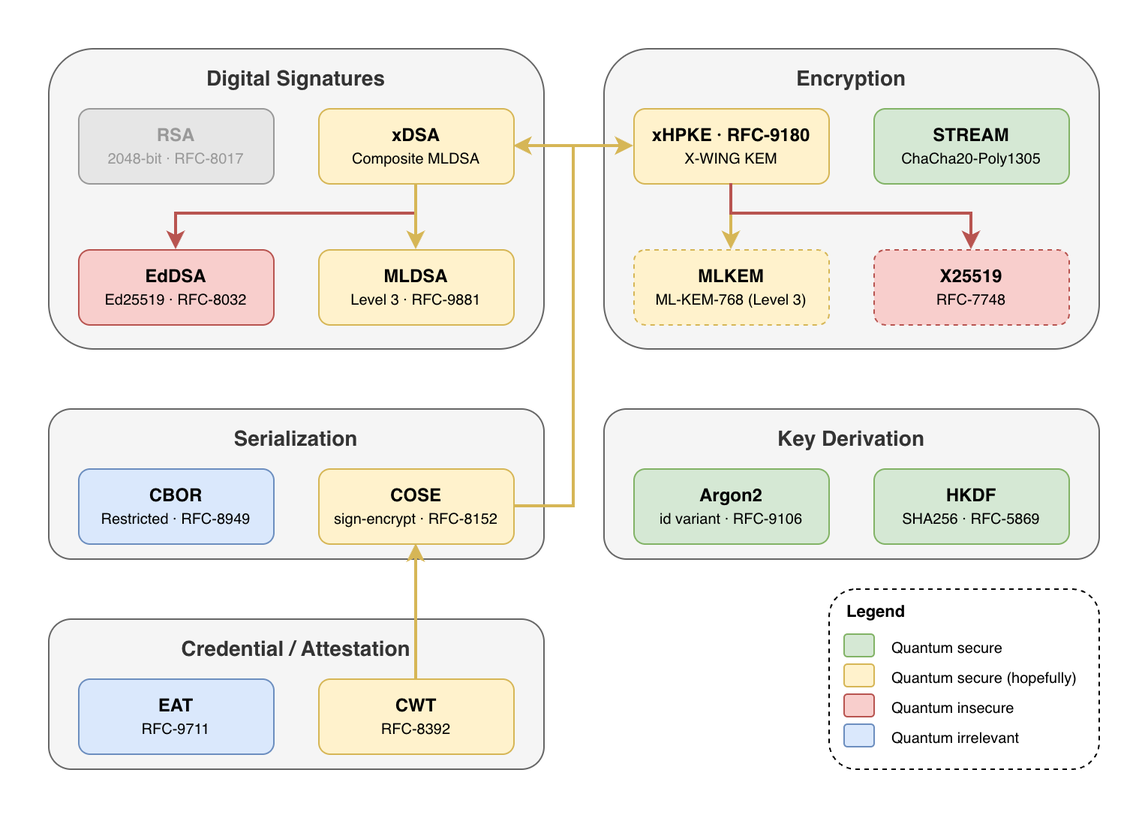
Before: docs/overview.png, a diagram exported from draw.io (dark-bio/crypto-ts). Source tidied: cells renumbered, new cells last; positions are measured from the earlier drawing's top-left corner, leaving out a move shared by most shapes.
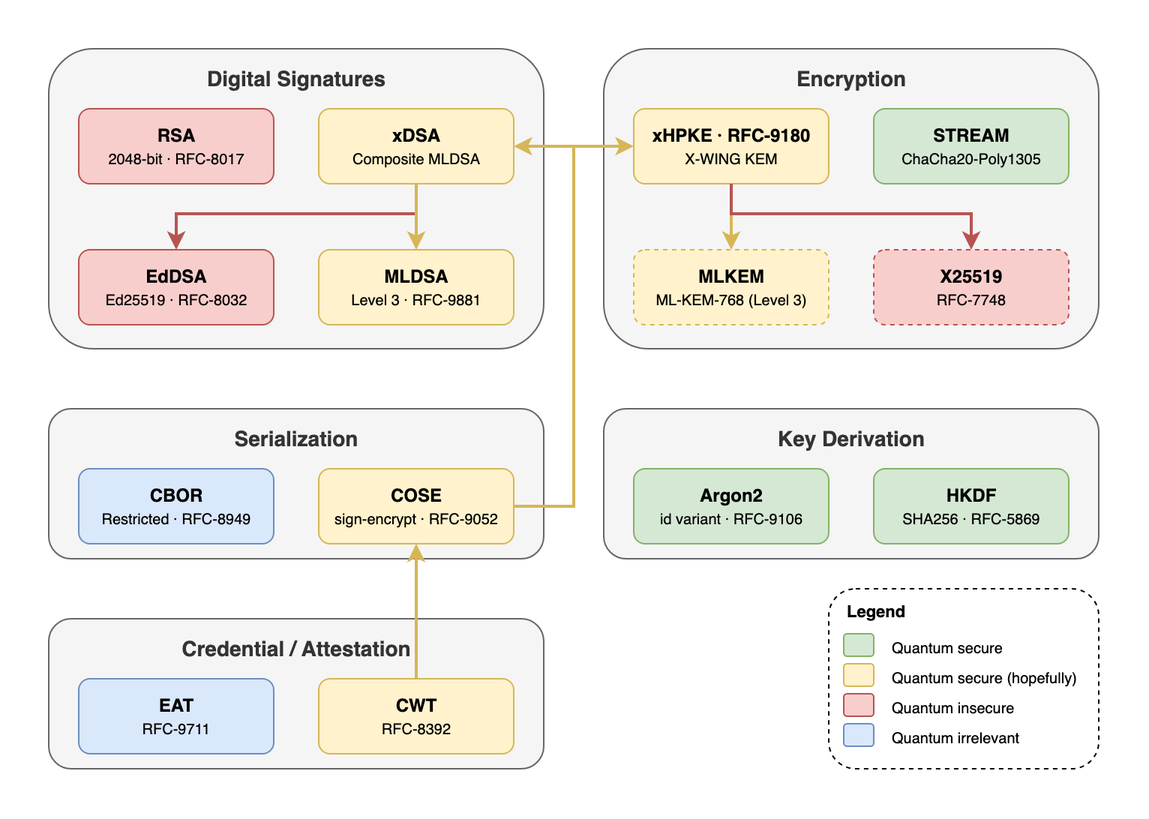
Above is the later version.

Diff of the diagram source:
```diff
@@ -14,7 +14,7 @@
     <mxCell id="5" value="&lt;b&gt;MLDSA&lt;/b&gt;&lt;br&gt;&lt;font style=&quot;font-size: 10px;&quot;&gt;Level 3 · RFC-&lt;/font&gt;&lt;span style=&quot;font-size: 10px;&quot;&gt;9881&lt;/span&gt;" style="rounded=1;whiteSpace=wrap;html=1;fillColor=#fff2cc;strokeColor=#d6b656;shadow=0;" parent="1" vertex="1">
       <mxGeometry x="180" y="134" width="130" height="50" as="geometry" />
     </mxCell>
-    <mxCell id="6" value="&lt;b&gt;RSA&lt;/b&gt;&lt;br&gt;&lt;font style=&quot;font-size:10px&quot;&gt;2048-bit · RFC-8017&lt;/font&gt;" style="rounded=1;whiteSpace=wrap;html=1;fillColor=#E6E6E6;strokeColor=#999999;shadow=0;fontColor=#999999;" parent="1" vertex="1">
+    <mxCell id="6" value="&lt;b&gt;RSA&lt;/b&gt;&lt;br&gt;&lt;font style=&quot;font-size:10px&quot;&gt;2048-bit · RFC-8017&lt;/font&gt;" style="rounded=1;whiteSpace=wrap;html=1;fillColor=#f8cecc;strokeColor=#b85450;shadow=0;" parent="1" vertex="1">
       <mxGeometry x="20" y="40" width="130" height="50" as="geometry" />
     </mxCell>
     <mxCell id="7" value="Encryption" style="rounded=1;whiteSpace=wrap;html=1;fillColor=#f5f5f5;strokeColor=#666666;verticalAlign=top;fontStyle=1;fontSize=14;spacingTop=5;shadow=0;fontColor=#333333;" parent="1" vertex="1">
@@ -104,27 +104,27 @@
     <mxCell id="30" value="&lt;b&gt;HKDF&lt;/b&gt;&lt;br&gt;&lt;span style=&quot;font-size: 10px;&quot;&gt;SHA256&lt;/span&gt;&lt;span style=&quot;font-size: 10px;&quot;&gt;&amp;nbsp;·&amp;nbsp;&lt;/span&gt;&lt;span style=&quot;font-size: 10px;&quot;&gt;RFC-5869&lt;/span&gt;" style="rounded=1;whiteSpace=wrap;html=1;fillColor=#d5e8d4;strokeColor=#82b366;shadow=0;" parent="1" vertex="1">
       <mxGeometry x="550" y="280" width="130" height="50" as="geometry" />
     </mxCell>
-    <mxCell id="31" value="&lt;b&gt;COSE&lt;/b&gt;&lt;br&gt;&lt;font style=&quot;font-size:10px&quot;&gt;sign-encrypt · RFC-&lt;/font&gt;&lt;span style=&quot;font-size: 10px;&quot;&gt;8152&lt;/span&gt;" style="rounded=1;whiteSpace=wrap;html=1;fillColor=#fff2cc;strokeColor=#d6b656;shadow=0;" parent="1" vertex="1">
-      <mxGeometry x="180" y="280" width="130" height="50" as="geometry" />
-    </mxCell>
-    <mxCell id="32" style="edgeStyle=orthogonalEdgeStyle;rounded=0;jettySize=auto;html=1;strokeColor=#d6b656;strokeWidth=2;endArrow=classic;shadow=0;fillColor=#fff2cc;entryX=1;entryY=0.5;entryDx=0;entryDy=0;" parent="1" edge="1" target="3">
-      <mxGeometry relative="1" as="geometry">
-        <mxPoint x="310" y="305" as="sourcePoint" />
-        <Array as="points">
-          <mxPoint x="350" y="305" />
-          <mxPoint x="350" y="65" />
-        </Array>
-      </mxGeometry>
-    </mxCell>
-    <mxCell id="33" style="edgeStyle=orthogonalEdgeStyle;rounded=0;jettySize=auto;html=1;strokeColor=#d6b656;strokeWidth=2;endArrow=classic;shadow=0;fillColor=#fff2cc;entryX=0;entryY=0.5;entryDx=0;entryDy=0;" parent="1" edge="1" target="8">
-      <mxGeometry relative="1" as="geometry">
-        <mxPoint x="310" y="305" as="sourcePoint" />
-        <Array as="points">
-          <mxPoint x="350" y="305" />
-          <mxPoint x="350" y="65" />
-        </Array>
-      </mxGeometry>
-    </mxCell>
+    <mxCell id="38" value="&lt;b&gt;COSE&lt;/b&gt;&lt;br&gt;&lt;font style=&quot;font-size:10px&quot;&gt;sign-encrypt · RFC-&lt;/font&gt;&lt;span style=&quot;font-size: 10px;&quot;&gt;9052&lt;/span&gt;" style="rounded=1;whiteSpace=wrap;html=1;fillColor=#fff2cc;strokeColor=#d6b656;shadow=0;" parent="1" vertex="1">
+      <mxGeometry x="180" y="280" width="130" height="50" as="geometry" />
+    </mxCell>
+    <mxCell id="39" style="edgeStyle=orthogonalEdgeStyle;rounded=0;jettySize=auto;html=1;strokeColor=#d6b656;strokeWidth=2;endArrow=classic;shadow=0;fillColor=#fff2cc;entryX=1;entryY=0.5;entryDx=0;entryDy=0;" parent="1" edge="1" target="3">
+      <mxGeometry relative="1" as="geometry">
+        <mxPoint x="310" y="305" as="sourcePoint" />
+        <Array as="points">
+          <mxPoint x="350" y="305" />
+          <mxPoint x="350" y="65" />
+        </Array>
+      </mxGeometry>
+    </mxCell>
+    <mxCell id="40" style="edgeStyle=orthogonalEdgeStyle;rounded=0;jettySize=auto;html=1;strokeColor=#d6b656;strokeWidth=2;endArrow=classic;shadow=0;fillColor=#fff2cc;entryX=0;entryY=0.5;entryDx=0;entryDy=0;" parent="1" edge="1" target="8">
+      <mxGeometry relative="1" as="geometry">
+        <mxPoint x="310" y="305" as="sourcePoint" />
+        <Array as="points">
+          <mxPoint x="350" y="305" />
+          <mxPoint x="350" y="65" />
+        </Array>
+      </mxGeometry>
+    </mxCell>
     <mxCell id="34" value="Credential / Attestation" style="rounded=1;whiteSpace=wrap;html=1;fillColor=#f5f5f5;strokeColor=#666666;verticalAlign=top;fontStyle=1;fontSize=14;spacingTop=5;fontColor=#333333;shadow=0;" parent="1" vertex="1">
       <mxGeometry y="380" width="330" height="100" as="geometry" />
     </mxCell>
@@ -134,8 +134,8 @@
     <mxCell id="36" value="&lt;b&gt;EAT&lt;/b&gt;&lt;br&gt;&lt;span style=&quot;font-size: 10px;&quot;&gt;RFC-9711&lt;/span&gt;" style="rounded=1;whiteSpace=wrap;html=1;fillColor=#dae8fc;strokeColor=#6c8ebf;shadow=0;" parent="1" vertex="1">
       <mxGeometry x="20" y="420" width="130" height="50" as="geometry" />
     </mxCell>
-    <mxCell id="37" style="edgeStyle=orthogonalEdgeStyle;rounded=0;jettySize=auto;html=1;strokeColor=#d6b656;strokeWidth=2;endArrow=classic;shadow=0;fillColor=#fff2cc;entryX=0.5;entryY=1;entryDx=0;entryDy=0;exitX=0.5;exitY=0;exitDx=0;exitDy=0;" parent="1" edge="1" source="35" target="31">
-      <mxGeometry relative="1" as="geometry" />
-    </mxCell>
+    <mxCell id="41" style="edgeStyle=orthogonalEdgeStyle;rounded=0;jettySize=auto;html=1;strokeColor=#d6b656;strokeWidth=2;endArrow=classic;shadow=0;fillColor=#fff2cc;entryX=0.5;entryY=1;entryDx=0;entryDy=0;exitX=0.5;exitY=0;exitDx=0;exitDy=0;" parent="1" edge="1" source="35" target="38">
+      <mxGeometry relative="1" as="geometry" />
+    </mxCell>
   </root>
 </mxGraphModel>
```
